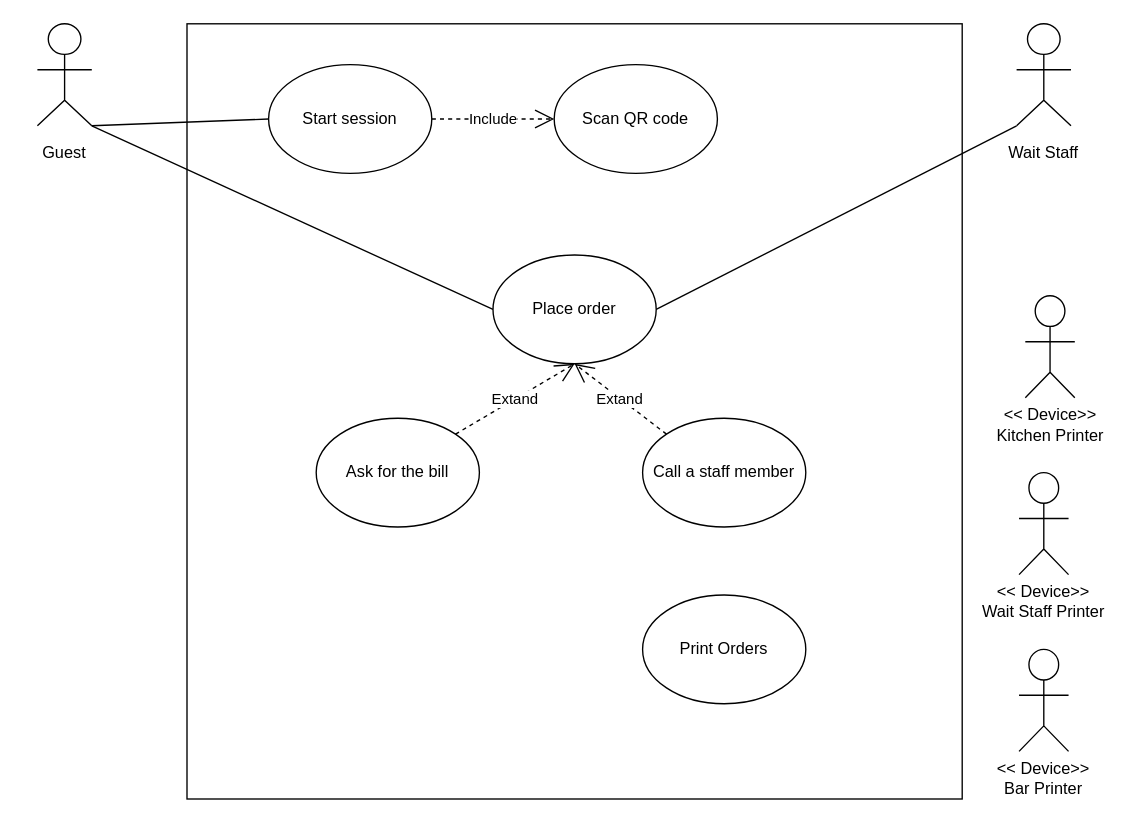
Above: Use Case Diagram.drawio in SoftwareEng-3010/Diagrams (draw.io), before the change. Source tidied: cells renumbered, new cells numbered last; positions are measured from the earlier drawing's top-left corner, leaving out a move shared by most shapes. Both pictures are drawn from the tidied source at 136%, with x=0, y=0 at pixel (23, 23).
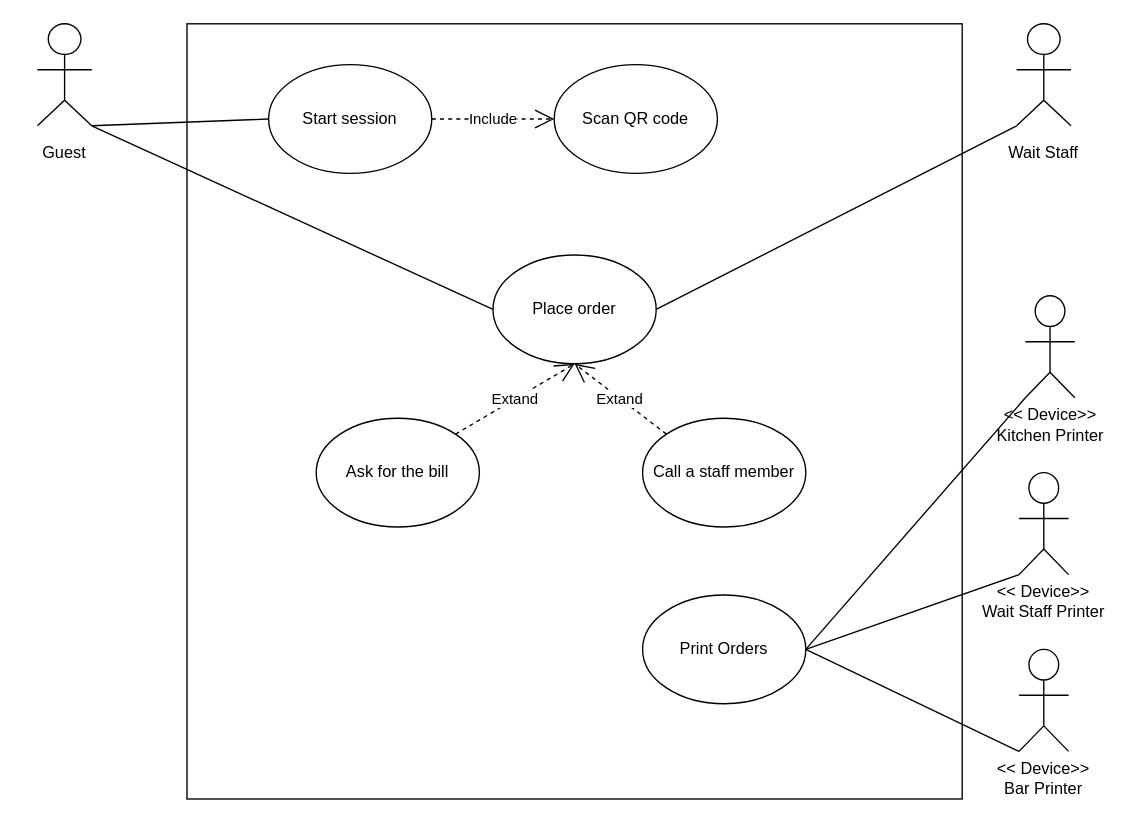
The same diagram, later.

Unchanged cells that the change refers to:
```xml
<mxCell id="20" value="Print Orders" style="ellipse;whiteSpace=wrap;html=1;fillColor=none;" parent="1" vertex="1">
  <mxGeometry x="455" y="420" width="120" height="80" as="geometry" />
</mxCell>
<mxCell id="23" style="html=1;outlineConnect=0;whiteSpace=wrap;fillColor=default;verticalLabelPosition=bottom;verticalAlign=top;align=center;shape=mxgraph.archimate3.actor;" parent="22" vertex="1">
  <mxGeometry x="36.4" width="36.4" height="75" as="geometry" />
</mxCell>
<mxCell id="25" style="html=1;outlineConnect=0;whiteSpace=wrap;fillColor=default;verticalLabelPosition=bottom;verticalAlign=top;align=center;shape=mxgraph.archimate3.actor;" parent="1" vertex="1">
  <mxGeometry x="731.8" y="330" width="36.4" height="75" as="geometry" />
</mxCell>
<mxCell id="27" style="html=1;outlineConnect=0;whiteSpace=wrap;fillColor=default;verticalLabelPosition=bottom;verticalAlign=top;align=center;shape=mxgraph.archimate3.actor;" parent="1" vertex="1">
  <mxGeometry x="731.8" y="460" width="36.4" height="75" as="geometry" />
</mxCell>
```

Diff of the diagram source:
```diff
@@
+    <mxCell id="29" style="endArrow=none;html=1;rounded=0;exitX=1;exitY=0.5;exitDx=0;exitDy=0;entryX=0;entryY=1;entryDx=0;entryDy=0;entryPerimeter=0;" parent="1" edge="1" source="20" target="25">
+      <mxGeometry relative="1" as="geometry" />
+    </mxCell>
+    <mxCell id="30" style="endArrow=none;html=1;rounded=0;exitX=1;exitY=0.5;exitDx=0;exitDy=0;entryX=0;entryY=1;entryDx=0;entryDy=0;entryPerimeter=0;" parent="1" edge="1" source="20" target="27">
+      <mxGeometry relative="1" as="geometry" />
+    </mxCell>
+    <mxCell id="31" style="endArrow=none;html=1;rounded=0;exitX=1;exitY=0.5;exitDx=0;exitDy=0;entryX=0;entryY=1;entryDx=0;entryDy=0;entryPerimeter=0;" parent="1" edge="1" source="20" target="23">
+      <mxGeometry relative="1" as="geometry" />
+    </mxCell>
```
